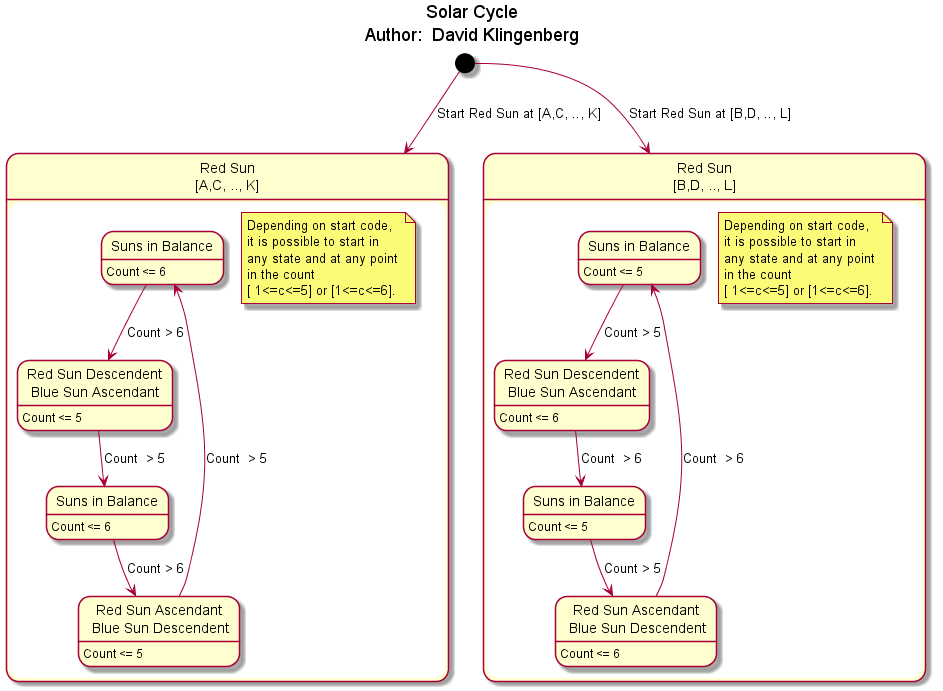
cjeffery/sworsorc keeps this PlantUML diagram as doc/StateCharts/SolarCycle.png. Above is the earlier version. The source it was exported from:
```plantuml
@startuml
title   Solar Cycle\nAuthor:  David Klingenberg

state ?Red Sun\n[A,C, .., K]? as starta{
state ?Suns in Balance? as sb1
state ?Suns in Balance? as sb2
state ?Red Sun Ascendant\n Blue Sun Descendent? as ra
state ?Red Sun Descendent\nBlue Sun Ascendant? as rd
note ?Depending on start code,\nit is possible to start in\nany state and at any point\nin the count\n[ 1<=c<=5] or [1<=c<=6]. ? as n

ra : Count <= 5
rd : Count <= 5
sb2 : Count <= 6
sb1 : Count <= 6

ra --> sb1 : Count  > 5
sb1  --> rd : Count > 6
rd --> sb2 : Count  > 5
sb2 --> ra : Count > 6
}

state ?Red Sun\n[B,D, .., L]? as startb{
state ?Suns in Balance? as sb3
state ?Suns in Balance? as sb4
state ?Red Sun Ascendant\n Blue Sun Descendent? as ra1
state ?Red Sun Descendent\nBlue Sun Ascendant? as rd1
note ?Depending on start code,\nit is possible to start in\nany state and at any point\nin the count\n[ 1<=c<=5] or [1<=c<=6]. ? as n1

ra1 : Count <= 6
rd1 : Count <= 6
sb3 : Count <= 5
sb4 : Count <= 5

ra1 --> sb3 : Count  > 6
sb3  --> rd1 : Count > 5
rd1 --> sb4 : Count  > 6
sb4 --> ra1 : Count > 5
}

[*] --> starta : Start Red Sun at [A,C, .., K]
[*] --> startb : Start Red Sun at [B,D, .., L]

@enduml
```
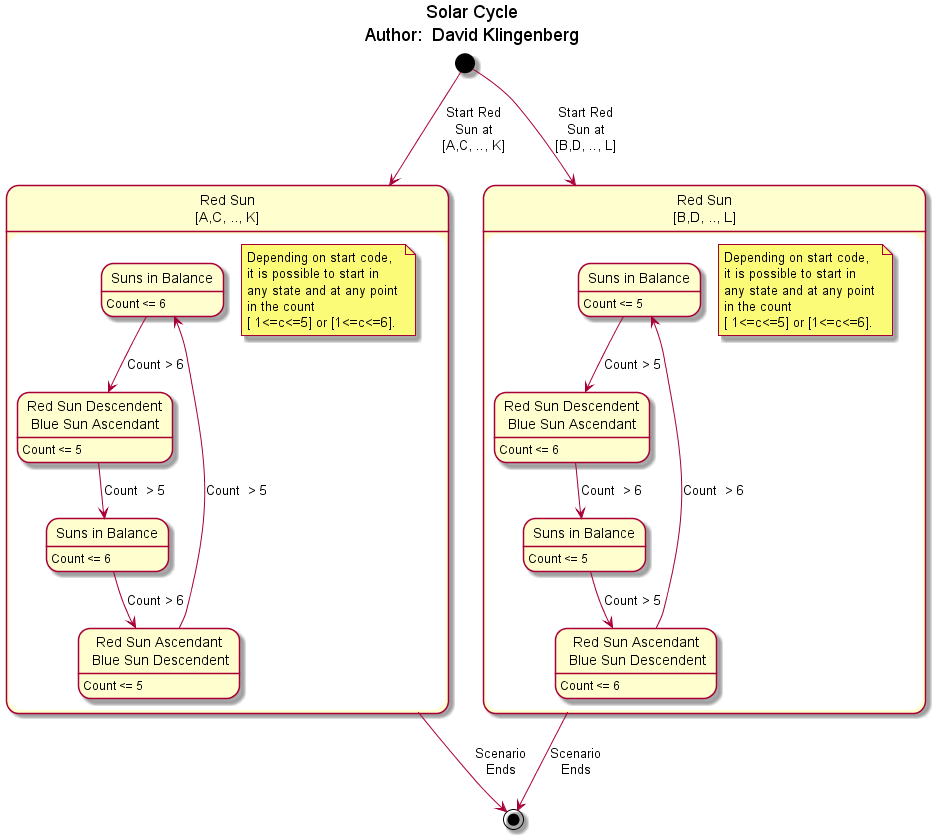
After the change.

Commit message:
Minor change to solar cycle state chart.

The edit, as a diff of the source:
```diff
@@ -37,7 +37,9 @@
 sb4 --> ra1 : Count > 5
 }
 
-[*] --> starta : Start Red Sun at [A,C, .., K]
-[*] --> startb : Start Red Sun at [B,D, .., L]
+[*] --> starta : Start Red\nSun at\n[A,C, .., K]
+[*] --> startb : Start Red\nSun at\n[B,D, .., L]
+starta --> [*] : Scenario\nEnds
+startb --> [*] : Scenario\nEnds
 
 @enduml
```
